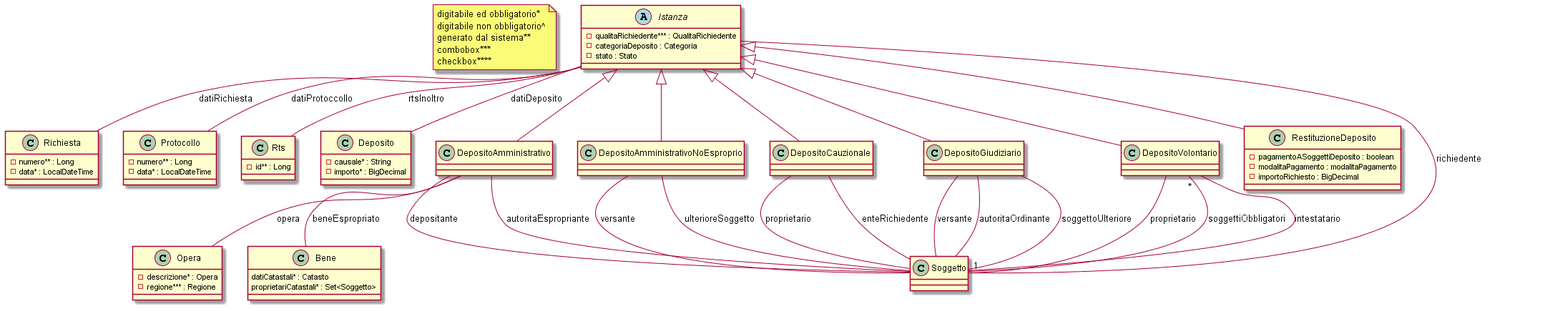
This is z-uml/entities-diagram.png from Tiberio-B/utente-service, a PlantUML export, as it was before one commit.
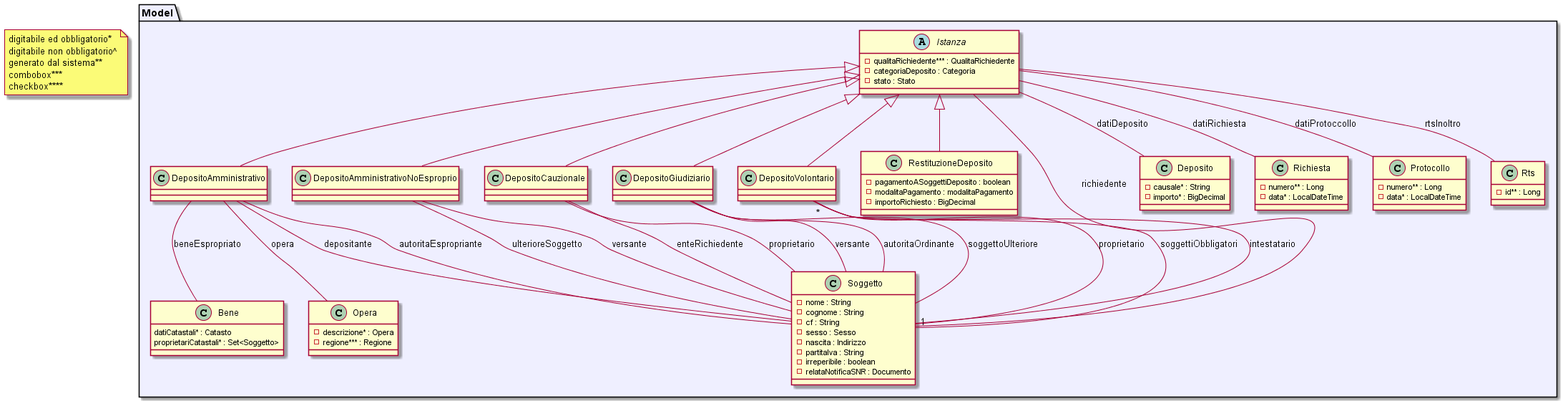
After the change.

Commit message:
entities diagram updated

What changed in the source:
```diff
@@ -10,6 +10,7 @@
 	end note
 
 
+package "Model" as mod #Motivation {
 
 		abstract class Istanza {
 			- qualitaRichiedente*** : QualitaRichiedente
@@ -17,6 +18,33 @@
 			- stato : Stato
 		}
 
+		class DepositoAmministrativo extends Istanza
+		class DepositoAmministrativoNoEsproprio extends Istanza
+		class DepositoCauzionale extends Istanza
+		class DepositoGiudiziario extends Istanza
+		class DepositoVolontario extends Istanza
+
+		class RestituzioneDeposito extends Istanza {
+			- pagamentoASoggettiDeposito : boolean
+			- modalitaPagamento : modalitaPagamento
+			- importoRichiesto : BigDecimal
+		}
+
+		class Soggetto {
+			- nome : String
+			- cognome : String
+			- cf : String
+			- sesso : Sesso
+			- nascita : Indirizzo
+			- partitaIva : String
+			- irreperibile : boolean
+			- relataNotificaSNR : Documento
+		}
+
+		class Deposito {
+			- causale* : String
+			- importo* : BigDecimal
+		}
 
 		class Richiesta {
 			- numero** : Long
@@ -29,10 +57,7 @@
 		class Rts {
 			- id** : Long
 		}
-		class Deposito {
-			- causale* : String
-			- importo* : BigDecimal
-		}
+
 		class Opera {
 			- descrizione* : Opera
 			- regione*** : Regione
@@ -43,19 +68,8 @@
 			proprietariCatastali* : Set<Soggetto>
 		}
 
+}
 
-
-		class DepositoAmministrativo extends Istanza
-		class DepositoAmministrativoNoEsproprio extends Istanza
-		class DepositoCauzionale extends Istanza
-		class DepositoGiudiziario extends Istanza
-		class DepositoVolontario extends Istanza
-
-		class RestituzioneDeposito extends Istanza {
-			- pagamentoASoggettiDeposito : boolean
-			- modalitaPagamento : modalitaPagamento
-			- importoRichiesto : BigDecimal
-		}
 
 
 		Istanza -- Richiesta : datiRichiesta
```
